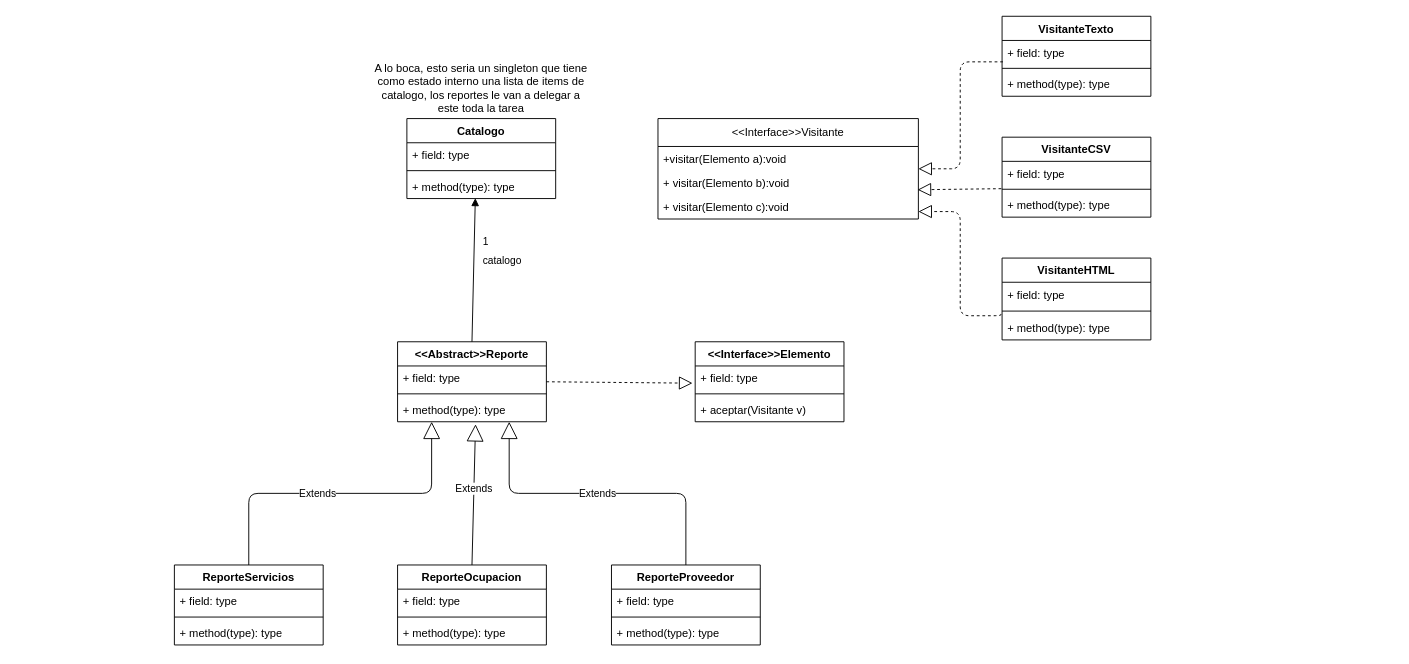
MartinianoOliveto/po2-integrador keeps this draw.io diagram as UML/2.8 Reportes.drawio. Above is the earlier version. Source tidied: cells renumbered, new cells numbered last; positions are measured from the earlier drawing's top-left corner, leaving out a move shared by most shapes. Both pictures are drawn from the tidied source at 93%, with x=0, y=0 at pixel (174, 16).
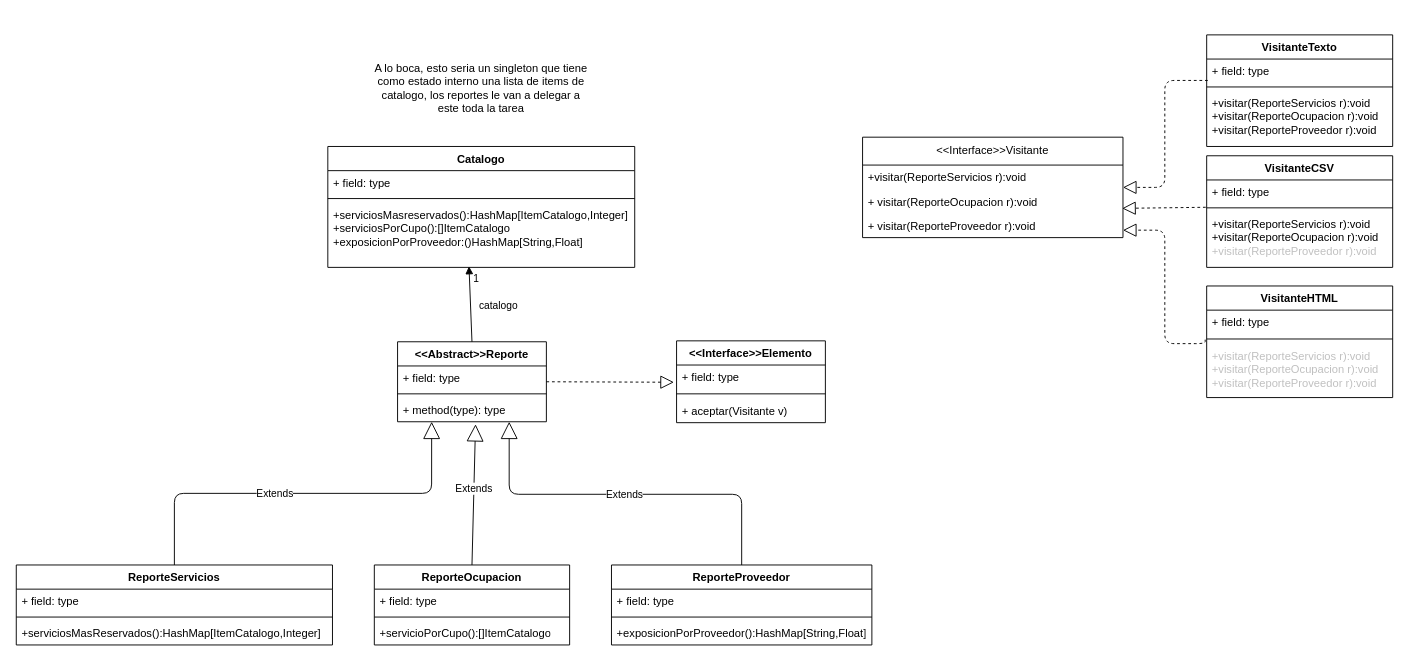
The same page after the edit.

Commit message:
UML terminado

The change refers to these unchanged cells:
```xml
<mxCell id="14" value="&amp;lt;&amp;lt;Abstract&amp;gt;&amp;gt;Reporte" style="swimlane;fontStyle=1;align=center;verticalAlign=top;horizontal=1;startSize=26;whiteSpace=wrap;html=1;" parent="1" vertex="1">
  <mxGeometry x="240" y="350" width="160" height="86" as="geometry" />
</mxCell>
<mxCell id="17" value="+ method(type): type" style="text;strokeColor=none;fillColor=none;align=left;verticalAlign=top;spacingLeft=4;spacingRight=4;overflow=hidden;points=[[0,0.5],[1,0.5]];portConstraint=eastwest;whiteSpace=wrap;html=1;" parent="14" vertex="1">
  <mxGeometry y="60" width="160" height="26" as="geometry" />
</mxCell>
<mxCell id="26" value="catalogo" style="endArrow=block;endFill=1;html=1;align=left;verticalAlign=top;entryX=0.46;entryY=0.984;entryDx=0;entryDy=0;entryPerimeter=0;exitX=0.5;exitY=0;exitDx=0;exitDy=0;" parent="1" edge="1" source="14" target="24">
  <mxGeometry x="0.29" y="-8" relative="1" as="geometry" />
</mxCell>
```

What changed in the source:
```diff
@@
     <mxCell id="2" value="ReporteServicios&lt;div&gt;&lt;br&gt;&lt;/div&gt;" style="swimlane;fontStyle=1;align=center;verticalAlign=top;horizontal=1;startSize=26;whiteSpace=wrap;html=1;" parent="1" vertex="1">
-      <mxGeometry y="590" width="160" height="86" as="geometry" />
+      <mxGeometry x="-170" y="590" width="340" height="86" as="geometry" />
     </mxCell>
     <mxCell id="3" value="+ field: type" style="text;strokeColor=none;fillColor=none;align=left;verticalAlign=top;spacingLeft=4;spacingRight=4;overflow=hidden;whiteSpace=wrap;html=1;" parent="2" vertex="1">
-      <mxGeometry y="26" width="160" height="26" as="geometry" />
+      <mxGeometry y="26" width="340" height="26" as="geometry" />
     </mxCell>
     <mxCell id="4" style="line;strokeWidth=1;fillColor=none;align=left;verticalAlign=middle;spacingTop=-1;spacingLeft=3;spacingRight=3;labelPosition=right;strokeColor=inherit;" parent="2" vertex="1">
-      <mxGeometry y="52" width="160" height="8" as="geometry" />
+      <mxGeometry y="52" width="340" height="8" as="geometry" />
     </mxCell>
-    <mxCell id="5" value="+ method(type): type" style="text;strokeColor=none;fillColor=none;align=left;verticalAlign=top;spacingLeft=4;spacingRight=4;overflow=hidden;whiteSpace=wrap;html=1;" parent="2" vertex="1">
-      <mxGeometry y="60" width="160" height="26" as="geometry" />
+    <mxCell id="5" value="+serviciosMasReservados():HashMap[ItemCatalogo,Integer]" style="text;strokeColor=none;fillColor=none;align=left;verticalAlign=top;spacingLeft=4;spacingRight=4;overflow=hidden;whiteSpace=wrap;html=1;" parent="2" vertex="1">
+      <mxGeometry y="60" width="340" height="26" as="geometry" />
     </mxCell>
     <mxCell id="6" value="ReporteOcupacion" style="swimlane;fontStyle=1;align=center;verticalAlign=top;horizontal=1;startSize=26;whiteSpace=wrap;html=1;" parent="1" vertex="1">
-      <mxGeometry x="240" y="590" width="160" height="86" as="geometry" />
+      <mxGeometry x="215" y="590" width="210" height="86" as="geometry" />
     </mxCell>
     <mxCell id="7" value="+ field: type" style="text;strokeColor=none;fillColor=none;align=left;verticalAlign=top;spacingLeft=4;spacingRight=4;overflow=hidden;whiteSpace=wrap;html=1;" parent="6" vertex="1">
-      <mxGeometry y="26" width="160" height="26" as="geometry" />
+      <mxGeometry y="26" width="210" height="26" as="geometry" />
     </mxCell>
     <mxCell id="8" style="line;strokeWidth=1;fillColor=none;align=left;verticalAlign=middle;spacingTop=-1;spacingLeft=3;spacingRight=3;labelPosition=right;strokeColor=inherit;" parent="6" vertex="1">
-      <mxGeometry y="52" width="160" height="8" as="geometry" />
+      <mxGeometry y="52" width="210" height="8" as="geometry" />
     </mxCell>
-    <mxCell id="9" value="+ method(type): type" style="text;strokeColor=none;fillColor=none;align=left;verticalAlign=top;spacingLeft=4;spacingRight=4;overflow=hidden;whiteSpace=wrap;html=1;" parent="6" vertex="1">
-      <mxGeometry y="60" width="160" height="26" as="geometry" />
+    <mxCell id="9" value="+servicioPorCupo():[]ItemCatalogo" style="text;strokeColor=none;fillColor=none;align=left;verticalAlign=top;spacingLeft=4;spacingRight=4;overflow=hidden;whiteSpace=wrap;html=1;" parent="6" vertex="1">
+      <mxGeometry y="60" width="210" height="26" as="geometry" />
     </mxCell>
     <mxCell id="10" value="ReporteProveedor" style="swimlane;fontStyle=1;align=center;verticalAlign=top;horizontal=1;startSize=26;whiteSpace=wrap;html=1;" parent="1" vertex="1">
-      <mxGeometry x="470" y="590" width="160" height="86" as="geometry" />
+      <mxGeometry x="470" y="590" width="280" height="86" as="geometry" />
     </mxCell>
     <mxCell id="11" value="+ field: type" style="text;strokeColor=none;fillColor=none;align=left;verticalAlign=top;spacingLeft=4;spacingRight=4;overflow=hidden;whiteSpace=wrap;html=1;" parent="10" vertex="1">
-      <mxGeometry y="26" width="160" height="26" as="geometry" />
+      <mxGeometry y="26" width="280" height="26" as="geometry" />
     </mxCell>
     <mxCell id="12" style="line;strokeWidth=1;fillColor=none;align=left;verticalAlign=middle;spacingTop=-1;spacingLeft=3;spacingRight=3;labelPosition=right;strokeColor=inherit;" parent="10" vertex="1">
-      <mxGeometry y="52" width="160" height="8" as="geometry" />
+      <mxGeometry y="52" width="280" height="8" as="geometry" />
     </mxCell>
-    <mxCell id="13" value="+ method(type): type" style="text;strokeColor=none;fillColor=none;align=left;verticalAlign=top;spacingLeft=4;spacingRight=4;overflow=hidden;whiteSpace=wrap;html=1;" parent="10" vertex="1">
-      <mxGeometry y="60" width="160" height="26" as="geometry" />
+    <mxCell id="13" value="+exposicionPorProveedor():HashMap[String,Float]" style="text;strokeColor=none;fillColor=none;align=left;verticalAlign=top;spacingLeft=4;spacingRight=4;overflow=hidden;whiteSpace=wrap;html=1;" parent="10" vertex="1">
+      <mxGeometry y="60" width="280" height="26" as="geometry" />
     </mxCell>
@@
     <mxCell id="18" value="Extends" style="endArrow=block;endSize=16;endFill=0;html=1;exitX=0.5;exitY=0;exitDx=0;exitDy=0;edgeStyle=orthogonalEdgeStyle;libavoidRouting=1;entryX=0.229;entryY=1;entryDx=0;entryDy=0;entryPerimeter=0;" parent="1" edge="1" source="2" target="17">
       <mxGeometry x="-0.14" relative="1" as="geometry">
         <Array as="points">
-          <mxPoint x="80" y="513" />
+          <mxPoint y="513" />
           <mxPoint x="277" y="513" />
         </Array>
       </mxGeometry>
     </mxCell>
     <mxCell id="19" value="Extends" style="endArrow=block;endSize=16;endFill=0;html=1;entryX=0.75;entryY=1;entryDx=0;entryDy=0;exitX=0.5;exitY=0;exitDx=0;exitDy=0;edgeStyle=orthogonalEdgeStyle;libavoidRouting=1;" parent="1" edge="1" source="10" target="14">
       <mxGeometry relative="1" as="geometry">
         <Array as="points">
-          <mxPoint x="550" y="513" />
-          <mxPoint x="360" y="513" />
+          <mxPoint x="610" y="514" />
+          <mxPoint x="360" y="514" />
         </Array>
       </mxGeometry>
     </mxCell>
@@
     <mxCell id="21" value="Catalogo" style="swimlane;fontStyle=1;align=center;verticalAlign=top;horizontal=1;startSize=26;whiteSpace=wrap;html=1;" parent="1" vertex="1">
-      <mxGeometry x="250" y="110" width="160" height="86" as="geometry" />
+      <mxGeometry x="165" y="140" width="330" height="130" as="geometry" />
     </mxCell>
     <mxCell id="22" value="+ field: type" style="text;strokeColor=none;fillColor=none;align=left;verticalAlign=top;spacingLeft=4;spacingRight=4;overflow=hidden;whiteSpace=wrap;html=1;" parent="21" vertex="1">
-      <mxGeometry y="26" width="160" height="26" as="geometry" />
+      <mxGeometry y="26" width="330" height="26" as="geometry" />
     </mxCell>
     <mxCell id="23" style="line;strokeWidth=1;fillColor=none;align=left;verticalAlign=middle;spacingTop=-1;spacingLeft=3;spacingRight=3;labelPosition=right;strokeColor=inherit;" parent="21" vertex="1">
-      <mxGeometry y="52" width="160" height="8" as="geometry" />
+      <mxGeometry y="52" width="330" height="8" as="geometry" />
     </mxCell>
-    <mxCell id="24" value="+ method(type): type" style="text;strokeColor=none;fillColor=none;align=left;verticalAlign=top;spacingLeft=4;spacingRight=4;overflow=hidden;points=[[0,0.5],[1,0.5]];portConstraint=eastwest;whiteSpace=wrap;html=1;" parent="21" vertex="1">
-      <mxGeometry y="60" width="160" height="26" as="geometry" />
+    <mxCell id="24" value="+serviciosMasreservados():HashMap[ItemCatalogo,Integer]&lt;div&gt;+serviciosPorCupo():[]ItemCatalogo&lt;/div&gt;&lt;div&gt;+exposicionPorProveedor:()HashMap[String,Float]&lt;/div&gt;" style="text;strokeColor=none;fillColor=none;align=left;verticalAlign=top;spacingLeft=4;spacingRight=4;overflow=hidden;points=[[0,0.5],[1,0.5]];portConstraint=eastwest;whiteSpace=wrap;html=1;" parent="21" vertex="1">
+      <mxGeometry y="60" width="330" height="70" as="geometry" />
     </mxCell>
@@
     <mxCell id="27" value="1" style="edgeLabel;html=1;align=left;verticalAlign=bottom;" parent="26" vertex="1">
       <mxGeometry x="-1" relative="1" as="geometry">
-        <mxPoint x="10" y="-100" as="offset" />
+        <mxPoint y="-60" as="offset" />
       </mxGeometry>
     </mxCell>
     <mxCell id="28" value="&amp;lt;&amp;lt;Interface&amp;gt;&amp;gt;Elemento" style="swimlane;fontStyle=1;align=center;verticalAlign=top;horizontal=1;startSize=26;whiteSpace=wrap;html=1;" parent="1" vertex="1">
-      <mxGeometry x="560" y="350" width="160" height="86" as="geometry" />
+      <mxGeometry x="540" y="349" width="160" height="88" as="geometry" />
     </mxCell>
@@
     <mxCell id="30" style="line;strokeWidth=1;fillColor=none;align=left;verticalAlign=middle;spacingTop=-1;spacingLeft=3;spacingRight=3;labelPosition=right;strokeColor=inherit;" parent="28" vertex="1">
-      <mxGeometry y="52" width="160" height="8" as="geometry" />
+      <mxGeometry y="52" width="160" height="10" as="geometry" />
     </mxCell>
     <mxCell id="31" value="+ aceptar(Visitante v)" style="text;strokeColor=none;fillColor=none;align=left;verticalAlign=top;spacingLeft=4;spacingRight=4;overflow=hidden;whiteSpace=wrap;html=1;" parent="28" vertex="1">
-      <mxGeometry y="60" width="160" height="26" as="geometry" />
+      <mxGeometry y="62" width="160" height="26" as="geometry" />
     </mxCell>
@@
     <mxCell id="33" value="&amp;lt;&amp;lt;Interface&amp;gt;&amp;gt;Visitante" style="swimlane;fontStyle=0;horizontal=1;startSize=30;fillColor=none;whiteSpace=wrap;html=1;" parent="1" vertex="1">
-      <mxGeometry x="520" y="110" width="280" height="108" as="geometry" />
+      <mxGeometry x="740" y="130" width="280" height="108" as="geometry" />
     </mxCell>
-    <mxCell id="34" value="+visitar(Elemento a):void" style="text;strokeColor=none;fillColor=none;align=left;verticalAlign=top;spacingLeft=4;spacingRight=4;overflow=hidden;whiteSpace=wrap;html=1;" parent="33" vertex="1">
+    <mxCell id="34" value="+visitar(ReporteServicios r):void" style="text;strokeColor=none;fillColor=none;align=left;verticalAlign=top;spacingLeft=4;spacingRight=4;overflow=hidden;whiteSpace=wrap;html=1;" parent="33" vertex="1">
       <mxGeometry y="30" width="280" height="26" as="geometry" />
     </mxCell>
-    <mxCell id="35" value="+ visitar(Elemento b):void" style="text;strokeColor=none;fillColor=none;align=left;verticalAlign=top;spacingLeft=4;spacingRight=4;overflow=hidden;points=[[0,0.5],[1,0.5]];portConstraint=eastwest;whiteSpace=wrap;html=1;" parent="33" vertex="1">
+    <mxCell id="35" value="+ visitar(ReporteOcupacion r):void" style="text;strokeColor=none;fillColor=none;align=left;verticalAlign=top;spacingLeft=4;spacingRight=4;overflow=hidden;points=[[0,0.5],[1,0.5]];portConstraint=eastwest;whiteSpace=wrap;html=1;" parent="33" vertex="1">
       <mxGeometry y="56" width="280" height="26" as="geometry" />
     </mxCell>
-    <mxCell id="36" value="+ visitar(Elemento c):void" style="text;strokeColor=none;fillColor=none;align=left;verticalAlign=top;spacingLeft=4;spacingRight=4;overflow=hidden;points=[[0,0.5],[1,0.5]];portConstraint=eastwest;whiteSpace=wrap;html=1;" parent="33" vertex="1">
+    <mxCell id="36" value="+ visitar(ReporteProveedor r):void" style="text;strokeColor=none;fillColor=none;align=left;verticalAlign=top;spacingLeft=4;spacingRight=4;overflow=hidden;points=[[0,0.5],[1,0.5]];portConstraint=eastwest;whiteSpace=wrap;html=1;" parent="33" vertex="1">
       <mxGeometry y="82" width="280" height="26" as="geometry" />
     </mxCell>
     <mxCell id="37" value="VisitanteTexto" style="swimlane;fontStyle=1;align=center;verticalAlign=top;horizontal=1;startSize=26;whiteSpace=wrap;html=1;" parent="1" vertex="1">
-      <mxGeometry x="890" width="160" height="86" as="geometry" />
+      <mxGeometry x="1110" y="20" width="200" height="120" as="geometry" />
     </mxCell>
     <mxCell id="38" value="+ field: type" style="text;strokeColor=none;fillColor=none;align=left;verticalAlign=top;spacingLeft=4;spacingRight=4;overflow=hidden;points=[[0,0.5],[1,0.5]];portConstraint=eastwest;whiteSpace=wrap;html=1;" parent="37" vertex="1">
-      <mxGeometry y="26" width="160" height="26" as="geometry" />
+      <mxGeometry y="26" width="200" height="26" as="geometry" />
     </mxCell>
     <mxCell id="39" style="line;strokeWidth=1;fillColor=none;align=left;verticalAlign=middle;spacingTop=-1;spacingLeft=3;spacingRight=3;labelPosition=right;strokeColor=inherit;labelPerimeter=1;" parent="37" vertex="1">
-      <mxGeometry y="52" width="160" height="8" as="geometry" />
+      <mxGeometry y="52" width="200" height="8" as="geometry" />
     </mxCell>
-    <mxCell id="40" value="+ method(type): type" style="text;strokeColor=none;fillColor=none;align=left;verticalAlign=top;spacingLeft=4;spacingRight=4;overflow=hidden;whiteSpace=wrap;html=1;" parent="37" vertex="1">
-      <mxGeometry y="60" width="160" height="26" as="geometry" />
+    <mxCell id="40" value="+visitar(ReporteServicios r):void&lt;div&gt;+visitar(ReporteOcupacion r):void&lt;/div&gt;&lt;div&gt;+visitar(ReporteProveedor r):void&lt;/div&gt;" style="text;strokeColor=none;fillColor=none;align=left;verticalAlign=top;spacingLeft=4;spacingRight=4;overflow=hidden;whiteSpace=wrap;html=1;" parent="37" vertex="1">
+      <mxGeometry y="60" width="200" height="60" as="geometry" />
     </mxCell>
     <mxCell id="41" value="VisitanteCSV" style="swimlane;fontStyle=1;align=center;verticalAlign=top;horizontal=1;startSize=26;whiteSpace=wrap;html=1;" parent="1" vertex="1">
-      <mxGeometry x="890" y="130" width="160" height="86" as="geometry" />
+      <mxGeometry x="1110" y="150" width="200" height="120" as="geometry" />
     </mxCell>
     <mxCell id="42" value="+ field: type" style="text;strokeColor=none;fillColor=none;align=left;verticalAlign=top;spacingLeft=4;spacingRight=4;overflow=hidden;points=[[0,0.5],[1,0.5]];portConstraint=eastwest;whiteSpace=wrap;html=1;" parent="41" vertex="1">
-      <mxGeometry y="26" width="160" height="26" as="geometry" />
+      <mxGeometry y="26" width="200" height="26" as="geometry" />
     </mxCell>
     <mxCell id="43" style="line;strokeWidth=1;fillColor=none;align=left;verticalAlign=middle;spacingTop=-1;spacingLeft=3;spacingRight=3;labelPosition=right;strokeColor=inherit;labelPerimeter=1;" parent="41" vertex="1">
-      <mxGeometry y="52" width="160" height="8" as="geometry" />
+      <mxGeometry y="52" width="200" height="8" as="geometry" />
     </mxCell>
-    <mxCell id="44" value="+ method(type): type" style="text;strokeColor=none;fillColor=none;align=left;verticalAlign=top;spacingLeft=4;spacingRight=4;overflow=hidden;whiteSpace=wrap;html=1;" parent="41" vertex="1">
-      <mxGeometry y="60" width="160" height="26" as="geometry" />
+    <mxCell id="44" value="&lt;div&gt;&lt;span style=&quot;background-color: transparent;&quot;&gt;+visitar(ReporteServicios r):void&lt;/span&gt;&lt;/div&gt;&lt;span style=&quot;background-color: transparent;&quot;&gt;+visitar(ReporteOcupacion r):void&lt;/span&gt;&lt;div style=&quot;color: rgb(192, 192, 192); scrollbar-color: rgba(121, 121, 121, 0.4) rgb(40, 42, 54);&quot;&gt;+visitar(ReporteProveedor r):void&lt;/div&gt;" style="text;strokeColor=none;fillColor=none;align=left;verticalAlign=top;spacingLeft=4;spacingRight=4;overflow=hidden;whiteSpace=wrap;html=1;" parent="41" vertex="1">
+      <mxGeometry y="60" width="200" height="60" as="geometry" />
     </mxCell>
     <mxCell id="45" value="VisitanteHTML" style="swimlane;fontStyle=1;align=center;verticalAlign=top;horizontal=1;startSize=26;whiteSpace=wrap;html=1;" parent="1" vertex="1">
-      <mxGeometry x="890" y="260" width="160" height="88" as="geometry" />
+      <mxGeometry x="1110" y="290" width="200" height="120" as="geometry" />
     </mxCell>
     <mxCell id="46" value="+ field: type" style="text;strokeColor=none;fillColor=none;align=left;verticalAlign=top;spacingLeft=4;spacingRight=4;overflow=hidden;whiteSpace=wrap;html=1;" parent="45" vertex="1">
-      <mxGeometry y="26" width="160" height="26" as="geometry" />
+      <mxGeometry y="26" width="200" height="26" as="geometry" />
     </mxCell>
     <mxCell id="47" style="line;strokeWidth=1;fillColor=none;align=left;verticalAlign=middle;spacingTop=-1;spacingLeft=3;spacingRight=3;labelPosition=right;strokeColor=inherit;labelPerimeter=1;" parent="45" vertex="1">
-      <mxGeometry y="52" width="160" height="10" as="geometry" />
+      <mxGeometry y="52" width="200" height="10" as="geometry" />
     </mxCell>
-    <mxCell id="48" value="+ method(type): type" style="text;strokeColor=none;fillColor=none;align=left;verticalAlign=top;spacingLeft=4;spacingRight=4;overflow=hidden;points=[[0,0.5],[1,0.5]];portConstraint=eastwest;whiteSpace=wrap;html=1;" parent="45" vertex="1">
-      <mxGeometry y="62" width="160" height="26" as="geometry" />
+    <mxCell id="48" value="&lt;div style=&quot;color: rgb(192, 192, 192); scrollbar-color: rgba(121, 121, 121, 0.4) rgb(40, 42, 54);&quot;&gt;&lt;span style=&quot;color: rgb(192, 192, 192); scrollbar-color: rgba(121, 121, 121, 0.4) rgb(40, 42, 54); background-color: transparent;&quot;&gt;+visitar(ReporteServicios r):void&lt;/span&gt;&lt;/div&gt;&lt;span style=&quot;color: rgb(192, 192, 192); scrollbar-color: rgba(121, 121, 121, 0.4) rgb(40, 42, 54); background-color: transparent;&quot;&gt;+visitar(ReporteOcupacion r):void&lt;/span&gt;&lt;div style=&quot;scrollbar-color: rgba(121, 121, 121, 0.4) rgb(40, 42, 54); color: rgb(192, 192, 192);&quot;&gt;+visitar(ReporteProveedor r):void&lt;/div&gt;" style="text;strokeColor=none;fillColor=none;align=left;verticalAlign=top;spacingLeft=4;spacingRight=4;overflow=hidden;points=[[0,0.5],[1,0.5]];portConstraint=eastwest;whiteSpace=wrap;html=1;" parent="45" vertex="1">
+      <mxGeometry y="62" width="200" height="58" as="geometry" />
     </mxCell>
     <mxCell id="49" style="endArrow=block;dashed=1;endFill=0;endSize=12;html=1;exitX=0.006;exitY=0.885;exitDx=0;exitDy=0;exitPerimeter=0;entryX=1;entryY=0.5;entryDx=0;entryDy=0;edgeStyle=orthogonalEdgeStyle;libavoidRouting=1;" parent="1" edge="1" source="38" target="33">
       <mxGeometry relative="1" as="geometry">
         <Array as="points">
-          <mxPoint x="845" y="49" />
-          <mxPoint x="845" y="164" />
+          <mxPoint x="1065" y="69" />
+          <mxPoint x="1065" y="184" />
         </Array>
       </mxGeometry>
     </mxCell>
@@
     <mxCell id="51" style="endArrow=block;dashed=1;endFill=0;endSize=12;html=1;exitX=-0.008;exitY=-0.074;exitDx=0;exitDy=0;exitPerimeter=0;entryX=1;entryY=0.692;entryDx=0;entryDy=0;entryPerimeter=0;edgeStyle=orthogonalEdgeStyle;libavoidRouting=1;" parent="1" edge="1" source="48" target="36">
       <mxGeometry relative="1" as="geometry">
         <Array as="points">
-          <mxPoint x="845" y="322" />
-          <mxPoint x="845" y="210" />
+          <mxPoint x="1065" y="352" />
+          <mxPoint x="1065" y="230" />
         </Array>
       </mxGeometry>
     </mxCell>
```
